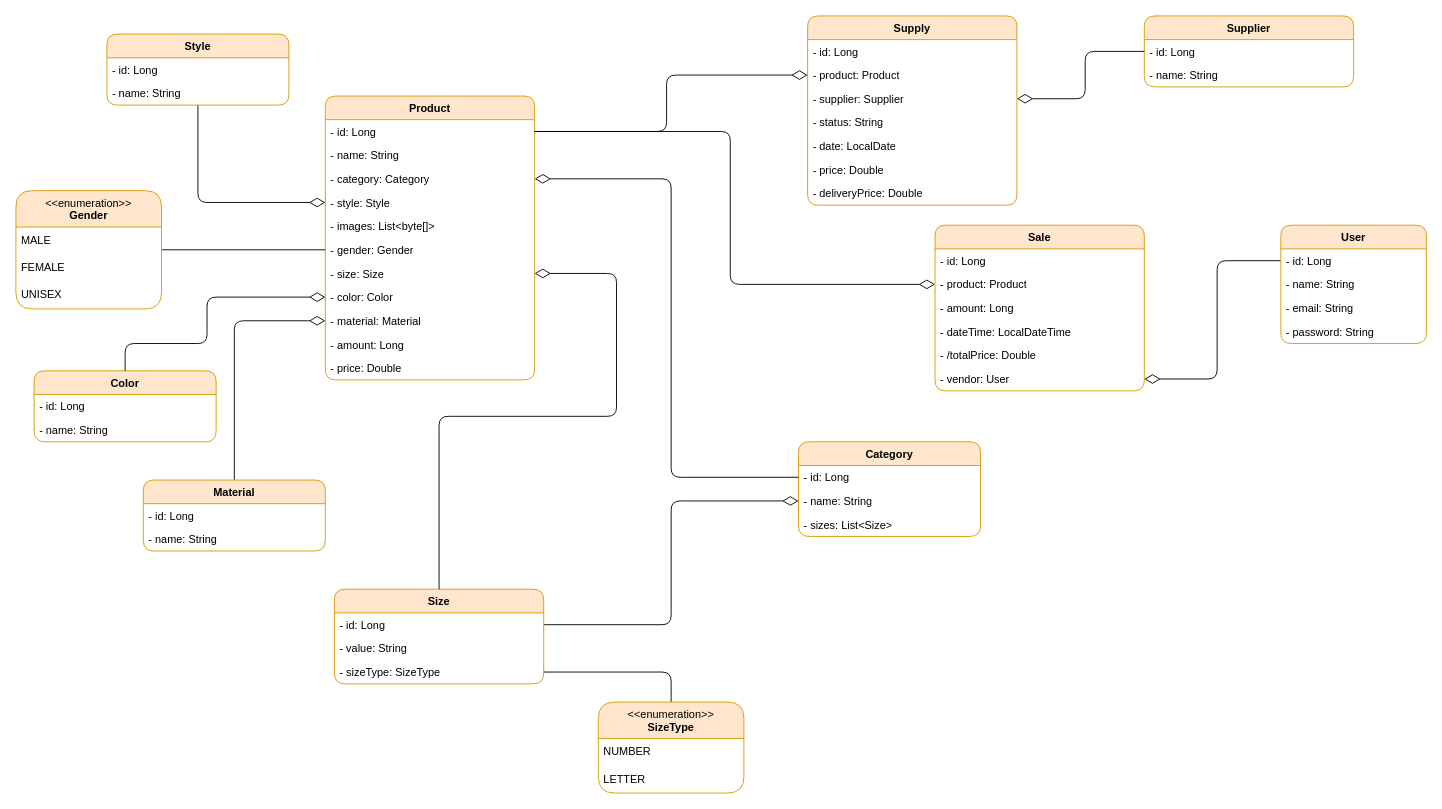
VitorPaulinoG/ClothingStore keeps this draw.io diagram as page "Diagrama de Classes" (1 of 2) of docs/UML - Clothing Store.drawio. Above is the earlier version. Source tidied: cells renumbered, new cells numbered last; positions are measured from the earlier drawing's top-left corner, leaving out a move shared by most shapes. Both pictures are drawn from the tidied source at 91%, with x=0, y=0 at pixel (15, 15).
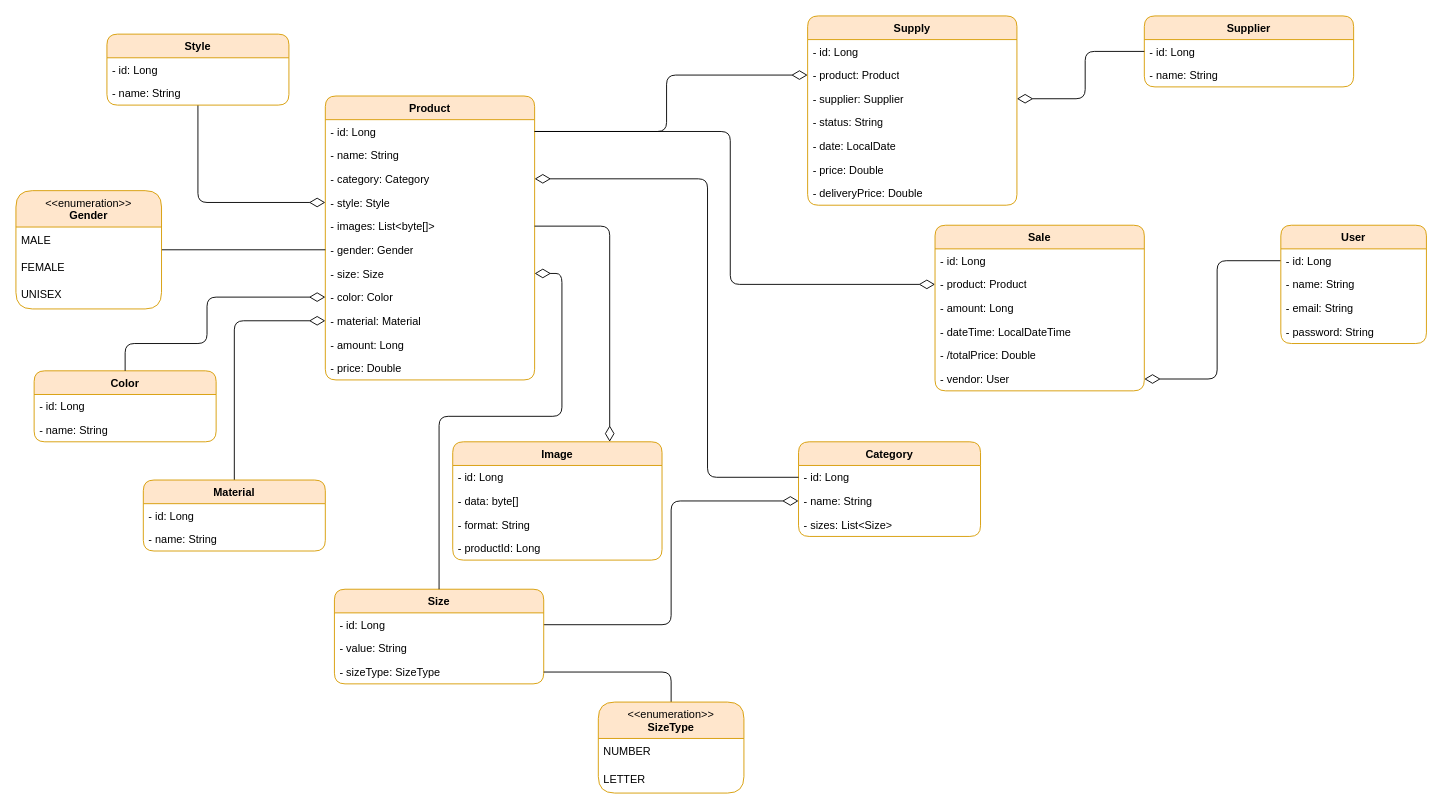
The same page after the edit.

Unchanged cells that the change refers to:
```xml
<mxCell id="11" value="- category: Category " style="text;strokeColor=none;fillColor=none;align=left;verticalAlign=top;spacingLeft=4;spacingRight=4;overflow=hidden;points=[[0,0.5],[1,0.5]];portConstraint=eastwest;whiteSpace=wrap;html=1;fontFamily=Cascadia Code;" parent="8" vertex="1">
  <mxGeometry y="78" width="230" height="26" as="geometry" />
</mxCell>
<mxCell id="13" value="- images: List&amp;lt;byte[]&amp;gt;" style="text;strokeColor=none;fillColor=none;align=left;verticalAlign=top;spacingLeft=4;spacingRight=4;overflow=hidden;points=[[0,0.5],[1,0.5]];portConstraint=eastwest;whiteSpace=wrap;html=1;fontFamily=Cascadia Code;" parent="8" vertex="1">
  <mxGeometry y="130" width="230" height="26" as="geometry" />
</mxCell>
<mxCell id="15" value="- size: Size" style="text;strokeColor=none;fillColor=none;align=left;verticalAlign=top;spacingLeft=4;spacingRight=4;overflow=hidden;points=[[0,0.5],[1,0.5]];portConstraint=eastwest;whiteSpace=wrap;html=1;fontFamily=Cascadia Code;" parent="8" vertex="1">
  <mxGeometry y="182" width="230" height="26" as="geometry" />
</mxCell>
<mxCell id="26" value="- id: Long" style="text;strokeColor=none;fillColor=none;align=left;verticalAlign=top;spacingLeft=4;spacingRight=4;overflow=hidden;points=[[0,0.5],[1,0.5]];portConstraint=eastwest;whiteSpace=wrap;html=1;fontFamily=Cascadia Code;" parent="25" vertex="1">
  <mxGeometry y="26" width="200" height="26" as="geometry" />
</mxCell>
<mxCell id="30" value="Size" style="swimlane;fontStyle=1;align=center;verticalAlign=top;horizontal=1;startSize=26;whiteSpace=wrap;html=1;fillColor=#ffe6cc;strokeColor=#d79b00;rounded=1;fontFamily=Cascadia Code;" parent="1" vertex="1">
  <mxGeometry x="350" y="630" width="230" height="104" as="geometry" />
</mxCell>
```

What changed in the source:
```diff
@@
     <mxCell id="68" style="edgeStyle=orthogonalEdgeStyle;rounded=1;jettySize=auto;html=1;entryX=1;entryY=0.5;entryDx=0;entryDy=0;curved=0;endArrow=diamondThin;endFill=0;endSize=15;" parent="1" edge="1" source="26" target="11">
-      <mxGeometry relative="1" as="geometry" />
+      <mxGeometry relative="1" as="geometry">
+        <Array as="points">
+          <mxPoint x="760" y="507" />
+          <mxPoint x="760" y="179" />
+        </Array>
+      </mxGeometry>
     </mxCell>
     <mxCell id="69" style="edgeStyle=orthogonalEdgeStyle;rounded=1;jettySize=auto;html=1;curved=0;endArrow=diamondThin;endFill=0;endSize=15;entryX=1;entryY=0.5;entryDx=0;entryDy=0;exitX=0.5;exitY=0;exitDx=0;exitDy=0;" parent="1" edge="1" source="30" target="15">
       <mxGeometry relative="1" as="geometry">
         <Array as="points">
           <mxPoint x="465" y="440" />
-          <mxPoint x="660" y="440" />
-          <mxPoint x="660" y="283" />
+          <mxPoint x="600" y="440" />
+          <mxPoint x="600" y="283" />
         </Array>
       </mxGeometry>
     </mxCell>
@@
+    <mxCell id="73" value="Image" style="swimlane;fontStyle=1;align=center;verticalAlign=top;horizontal=1;startSize=26;whiteSpace=wrap;html=1;fillColor=#ffe6cc;strokeColor=#d79b00;rounded=1;fontFamily=Cascadia Code;" parent="1" vertex="1">
+      <mxGeometry x="480" y="468" width="230" height="130" as="geometry" />
+    </mxCell>
+    <mxCell id="74" value="- id: Long" style="text;strokeColor=none;fillColor=none;align=left;verticalAlign=top;spacingLeft=4;spacingRight=4;overflow=hidden;whiteSpace=wrap;html=1;fontFamily=Cascadia Code;" parent="73" vertex="1">
+      <mxGeometry y="26" width="230" height="26" as="geometry" />
+    </mxCell>
+    <mxCell id="75" value="- data: byte[]" style="text;strokeColor=none;fillColor=none;align=left;verticalAlign=top;spacingLeft=4;spacingRight=4;overflow=hidden;whiteSpace=wrap;html=1;fontFamily=Cascadia Code;" parent="73" vertex="1">
+      <mxGeometry y="52" width="230" height="26" as="geometry" />
+    </mxCell>
+    <mxCell id="76" value="- format: String" style="text;strokeColor=none;fillColor=none;align=left;verticalAlign=top;spacingLeft=4;spacingRight=4;overflow=hidden;whiteSpace=wrap;html=1;fontFamily=Cascadia Code;" parent="73" vertex="1">
+      <mxGeometry y="78" width="230" height="26" as="geometry" />
+    </mxCell>
+    <mxCell id="77" value="- productId: Long" style="text;strokeColor=none;fillColor=none;align=left;verticalAlign=top;spacingLeft=4;spacingRight=4;overflow=hidden;whiteSpace=wrap;html=1;fontFamily=Cascadia Code;" parent="73" vertex="1">
+      <mxGeometry y="104" width="230" height="26" as="geometry" />
+    </mxCell>
+    <mxCell id="78" style="edgeStyle=orthogonalEdgeStyle;rounded=1;jettySize=auto;html=1;entryX=0.75;entryY=0;entryDx=0;entryDy=0;endArrow=diamondThin;endFill=0;endSize=15;curved=0;" parent="1" edge="1" source="13" target="73">
+      <mxGeometry relative="1" as="geometry" />
+    </mxCell>
```
